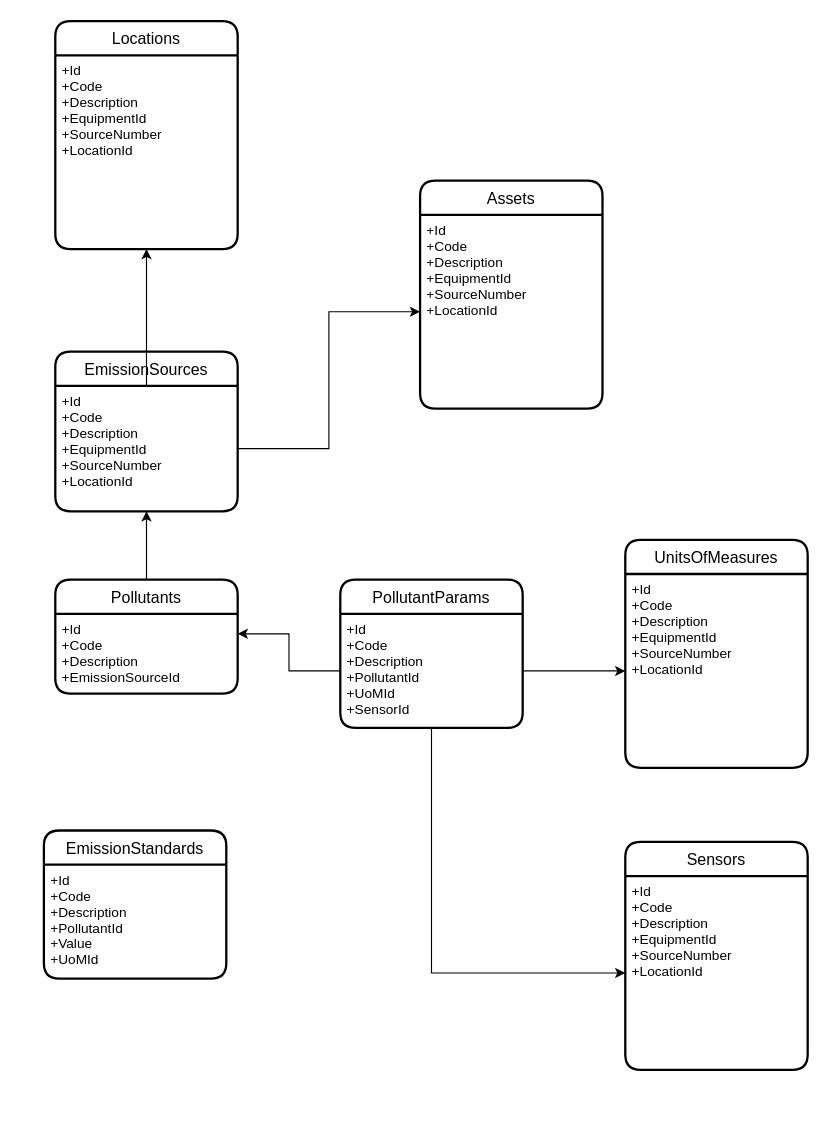
The draw.io diagram EcoMonitoring/Ecology_Structure.drawio in tvolodi-ab/ASCOA, before the edit. Source tidied: cells renumbered, new cells numbered last; positions are measured from the earlier drawing's top-left corner, leaving out a move shared by most shapes. Both pictures are drawn from the tidied source at 114%, with x=0, y=0 at pixel (43, 21).
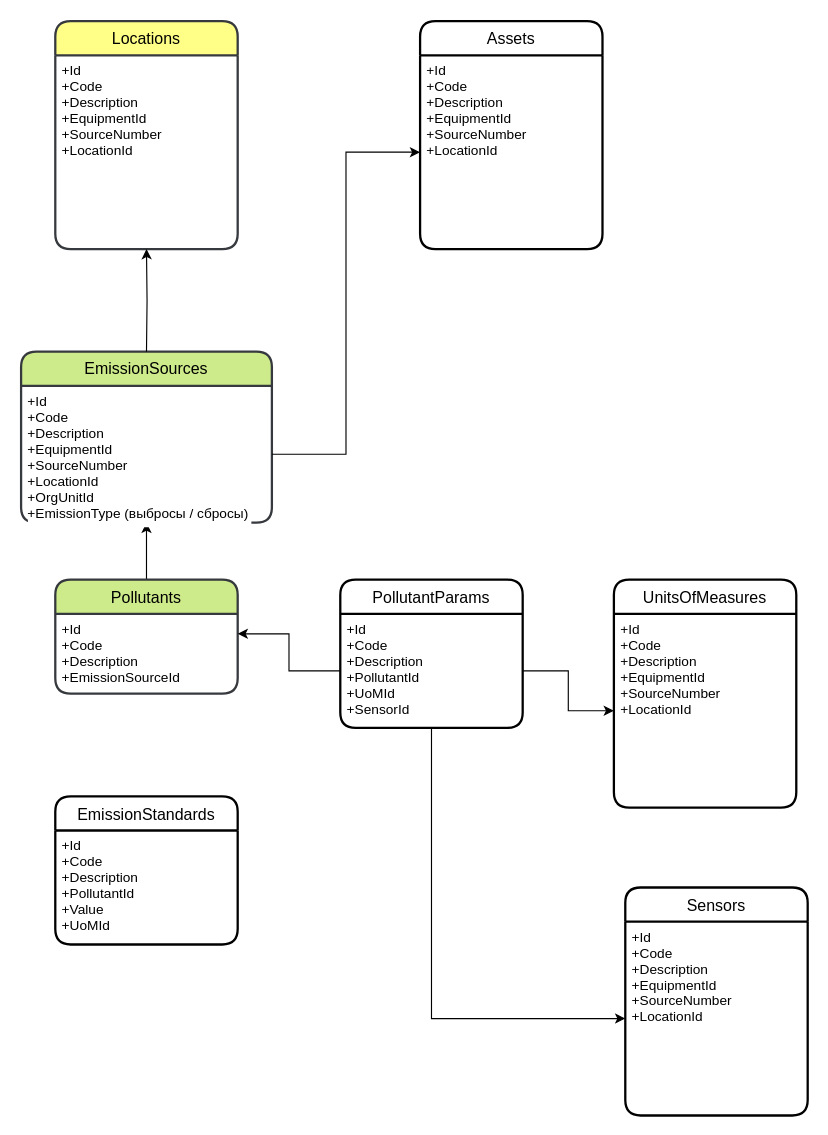
Above is the later version.

The change refers to these unchanged cells:
```xml
<mxCell id="11" value="+Id&#10;+Code&#10;+Description&#10;+EquipmentId&#10;+SourceNumber&#10;+LocationId&#10;" style="align=left;strokeColor=none;fillColor=none;spacingLeft=4;fontSize=12;verticalAlign=top;" parent="10" vertex="1">
  <mxGeometry y="30" width="160" height="170" as="geometry" />
</mxCell>
```

What changed in the source:
```diff
@@
-    <mxCell id="3" value="Pollutants" style="swimlane;horizontal=1;startSize=30;rounded=1;fontSize=14;fontStyle=0;strokeWidth=2;shadow=0;dashed=0;align=center;" parent="1" vertex="1">
+    <mxCell id="3" value="Pollutants" style="swimlane;horizontal=1;startSize=30;rounded=1;fontSize=14;fontStyle=0;strokeWidth=2;shadow=0;dashed=0;align=center;fillColor=#cdeb8b;strokeColor=#36393d;" parent="1" vertex="1">
       <mxGeometry x="10" y="490" width="160" height="100" as="geometry" />
     </mxCell>
@@
     <mxCell id="5" value="Assets" style="swimlane;horizontal=1;startSize=30;rounded=1;fontSize=14;fontStyle=0;strokeWidth=2;shadow=0;dashed=0;align=center;" parent="1" vertex="1">
-      <mxGeometry x="330" y="140" width="160" height="200" as="geometry" />
+      <mxGeometry x="330" width="160" height="200" as="geometry" />
     </mxCell>
@@
-    <mxCell id="7" value="EmissionSources" style="swimlane;horizontal=1;startSize=30;rounded=1;fontSize=14;fontStyle=0;strokeWidth=2;shadow=0;dashed=0;align=center;" parent="1" vertex="1">
-      <mxGeometry x="10" y="290" width="160" height="140" as="geometry" />
+    <mxCell id="7" value="EmissionSources" style="swimlane;horizontal=1;startSize=30;rounded=1;fontSize=14;fontStyle=0;strokeWidth=2;shadow=0;dashed=0;align=center;fillColor=#cdeb8b;strokeColor=#36393d;whiteSpace=wrap;" parent="1" vertex="1">
+      <mxGeometry x="-20" y="290" width="220" height="150" as="geometry" />
     </mxCell>
-    <mxCell id="8" value="+Id&#10;+Code&#10;+Description&#10;+EquipmentId&#10;+SourceNumber&#10;+LocationId&#10;" style="align=left;strokeColor=none;fillColor=none;spacingLeft=4;fontSize=12;verticalAlign=top;" parent="7" vertex="1">
-      <mxGeometry y="30" width="160" height="110" as="geometry" />
+    <mxCell id="8" value="+Id&#10;+Code&#10;+Description&#10;+EquipmentId&#10;+SourceNumber&#10;+LocationId&#10;+OrgUnitId&#10;+EmissionType (выбросы / сбросы)" style="align=left;strokeColor=none;fillColor=none;spacingLeft=4;fontSize=12;verticalAlign=top;labelBackgroundColor=default;" parent="7" vertex="1">
+      <mxGeometry y="30" width="220" height="120" as="geometry" />
     </mxCell>
@@
-    <mxCell id="10" value="Locations" style="swimlane;horizontal=1;startSize=30;rounded=1;fontSize=14;fontStyle=0;strokeWidth=2;shadow=0;dashed=0;align=center;" parent="1" vertex="1">
+    <mxCell id="10" value="Locations" style="swimlane;horizontal=1;startSize=30;rounded=1;fontSize=14;fontStyle=0;strokeWidth=2;shadow=0;dashed=0;align=center;fillColor=#ffff88;strokeColor=#36393d;" parent="1" vertex="1">
       <mxGeometry x="10" width="160" height="200" as="geometry" />
     </mxCell>
@@
-    <mxCell id="12" style="edgeStyle=orthogonalEdgeStyle;rounded=0;jettySize=auto;html=1;" parent="1" edge="1" source="8" target="11">
-      <mxGeometry relative="1" as="geometry" />
+    <mxCell id="12" style="edgeStyle=orthogonalEdgeStyle;rounded=0;jettySize=auto;html=1;" parent="1" edge="1" target="11">
+      <mxGeometry relative="1" as="geometry">
+        <mxPoint x="90" y="290" as="sourcePoint" />
+      </mxGeometry>
     </mxCell>
@@
     <mxCell id="15" value="UnitsOfMeasures" style="swimlane;horizontal=1;startSize=30;rounded=1;fontSize=14;fontStyle=0;strokeWidth=2;shadow=0;dashed=0;align=center;" parent="1" vertex="1">
-      <mxGeometry x="510" y="455" width="160" height="200" as="geometry" />
+      <mxGeometry x="500" y="490" width="160" height="200" as="geometry" />
     </mxCell>
@@
     <mxCell id="19" value="Sensors" style="swimlane;horizontal=1;startSize=30;rounded=1;fontSize=14;fontStyle=0;strokeWidth=2;shadow=0;dashed=0;align=center;" parent="1" vertex="1">
-      <mxGeometry x="510" y="720" width="160" height="200" as="geometry" />
+      <mxGeometry x="510" y="760" width="160" height="200" as="geometry" />
     </mxCell>
@@
     <mxCell id="22" value="EmissionStandards" style="swimlane;horizontal=1;startSize=30;rounded=1;fontSize=14;fontStyle=0;strokeWidth=2;shadow=0;dashed=0;align=center;" parent="1" vertex="1">
-      <mxGeometry y="710" width="160" height="130" as="geometry" />
+      <mxGeometry x="10" y="680" width="160" height="130" as="geometry" />
     </mxCell>
```
